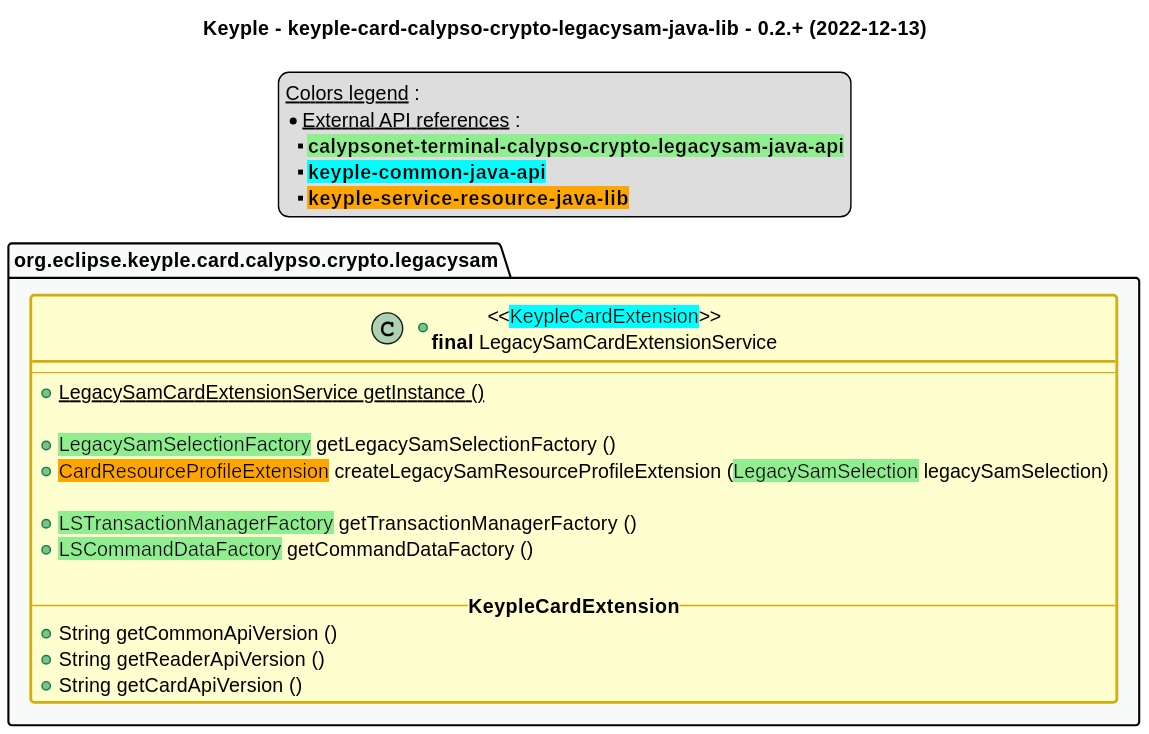
eclipse-keyple/keyple-card-calypso-crypto-legacysam-java-lib keeps this PlantUML diagram as src/main/uml/api_class_diagram.svg. Above is the earlier version.
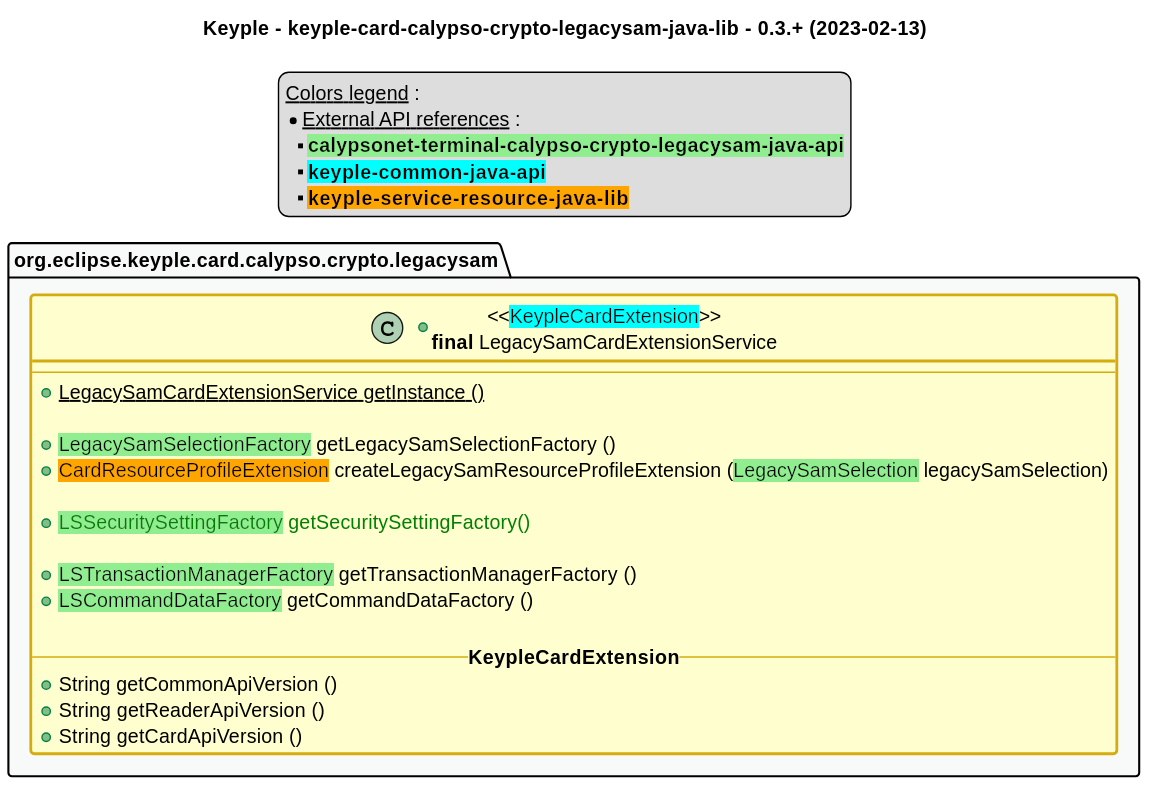
Above is the later version.

The edit, as a diff of the source:
```diff
@@ -1,6 +1,6 @@
 @startuml
 title
-    Keyple - keyple-card-calypso-crypto-legacysam-java-lib - 0.2.+ (2022-12-13)
+    Keyple - keyple-card-calypso-crypto-legacysam-java-lib - 0.3.+ (2023-02-13)
 end title
 
 
@@ -56,6 +56,8 @@
         +<back:lightgreen>LegacySamSelectionFactory</back> getLegacySamSelectionFactory ()
         +<back:orange>CardResourceProfileExtension</back> createLegacySamResourceProfileExtension (<back:lightgreen>LegacySamSelection</back> legacySamSelection)
 
+        +<color:green><back:lightgreen>LSSecuritySettingFactory</back> getSecuritySettingFactory()
+
         +<back:lightgreen>LSTransactionManagerFactory</back> getTransactionManagerFactory ()
         +<back:lightgreen>LSCommandDataFactory</back> getCommandDataFactory ()
 
@@ -70,5 +72,4 @@
 
 
 package legacysam #C_GREY1 {}
-
 @enduml
```
